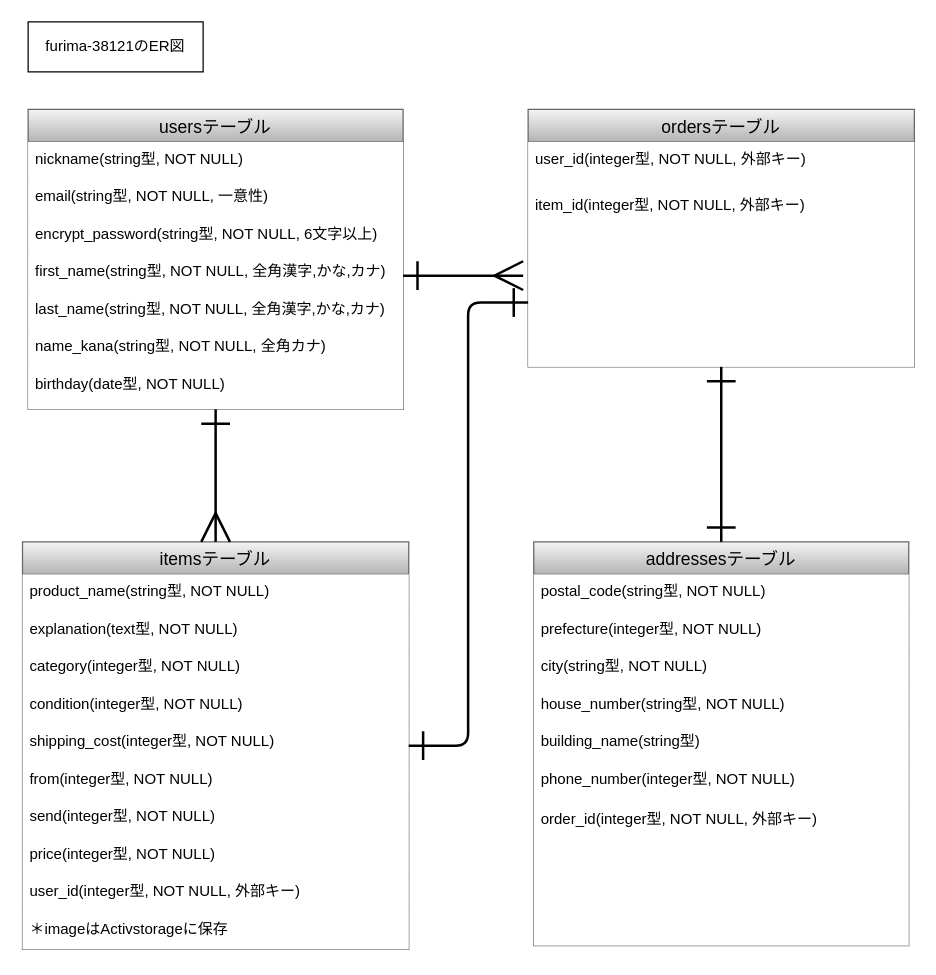
The draw.io diagram ER図.dio in yuinin/furima-38121, before the edit. Source tidied: cells renumbered, new cells numbered last; positions are measured from the earlier drawing's top-left corner, leaving out a move shared by most shapes. Both pictures are drawn from the tidied source at 125%, with x=0, y=0 at pixel (22, 21).
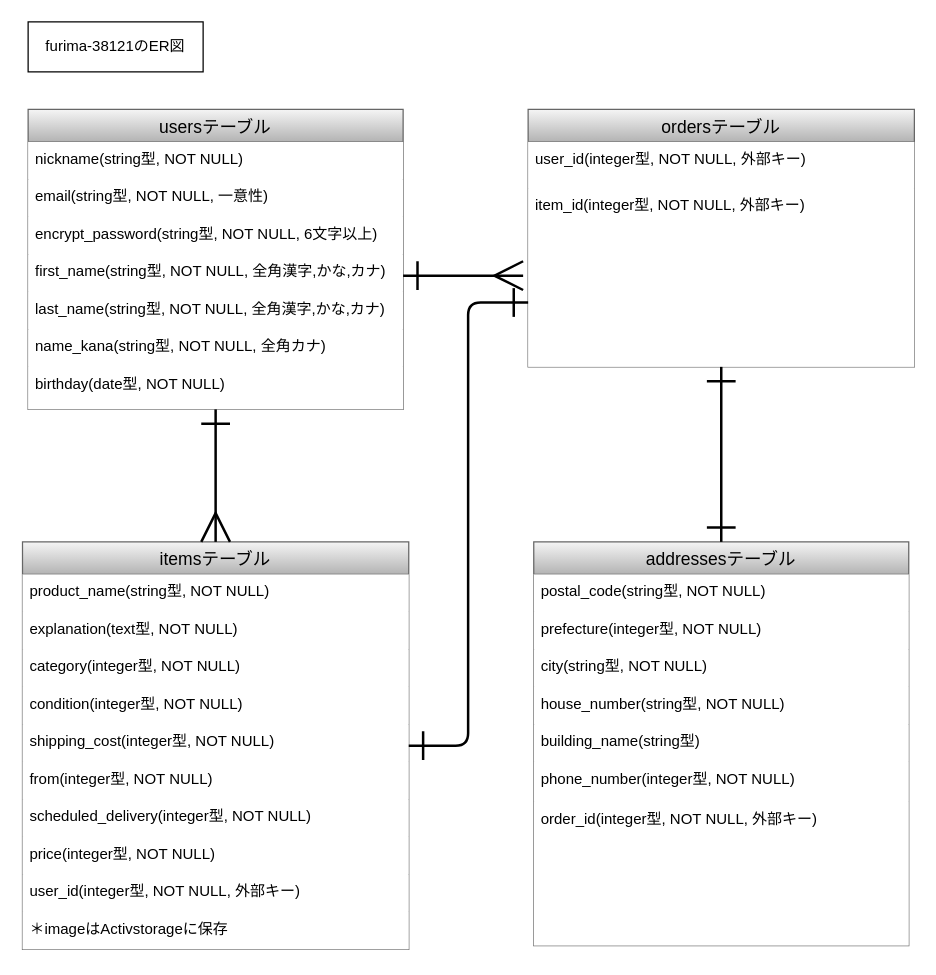
The same diagram, later.

Unchanged cells that the change refers to:
```xml
<mxCell id="10" value="itemsテーブル" style="swimlane;fontStyle=0;horizontal=1;startSize=26;align=center;fontSize=14;rounded=0;sketch=0;shadow=0;glass=0;fillColor=#f5f5f5;gradientColor=#b3b3b3;strokeColor=#666666;fontColor=#000000;" parent="1" vertex="1">
  <mxGeometry x="-0.5" y="416" width="309" height="326" as="geometry" />
</mxCell>
```

What changed in the source:
```diff
@@
-    <mxCell id="17" value="send(integer型, NOT NULL)" style="text;strokeColor=none;fillColor=#FFFFFF;spacingLeft=4;spacingRight=4;overflow=hidden;fontSize=12;fontColor=#000000;" parent="10" vertex="1">
+    <mxCell id="17" value="scheduled_delivery(integer型, NOT NULL)" style="text;strokeColor=none;fillColor=#FFFFFF;spacingLeft=4;spacingRight=4;overflow=hidden;fontSize=12;fontColor=#000000;" parent="10" vertex="1">
       <mxGeometry y="206" width="309" height="30" as="geometry" />
     </mxCell>
```
